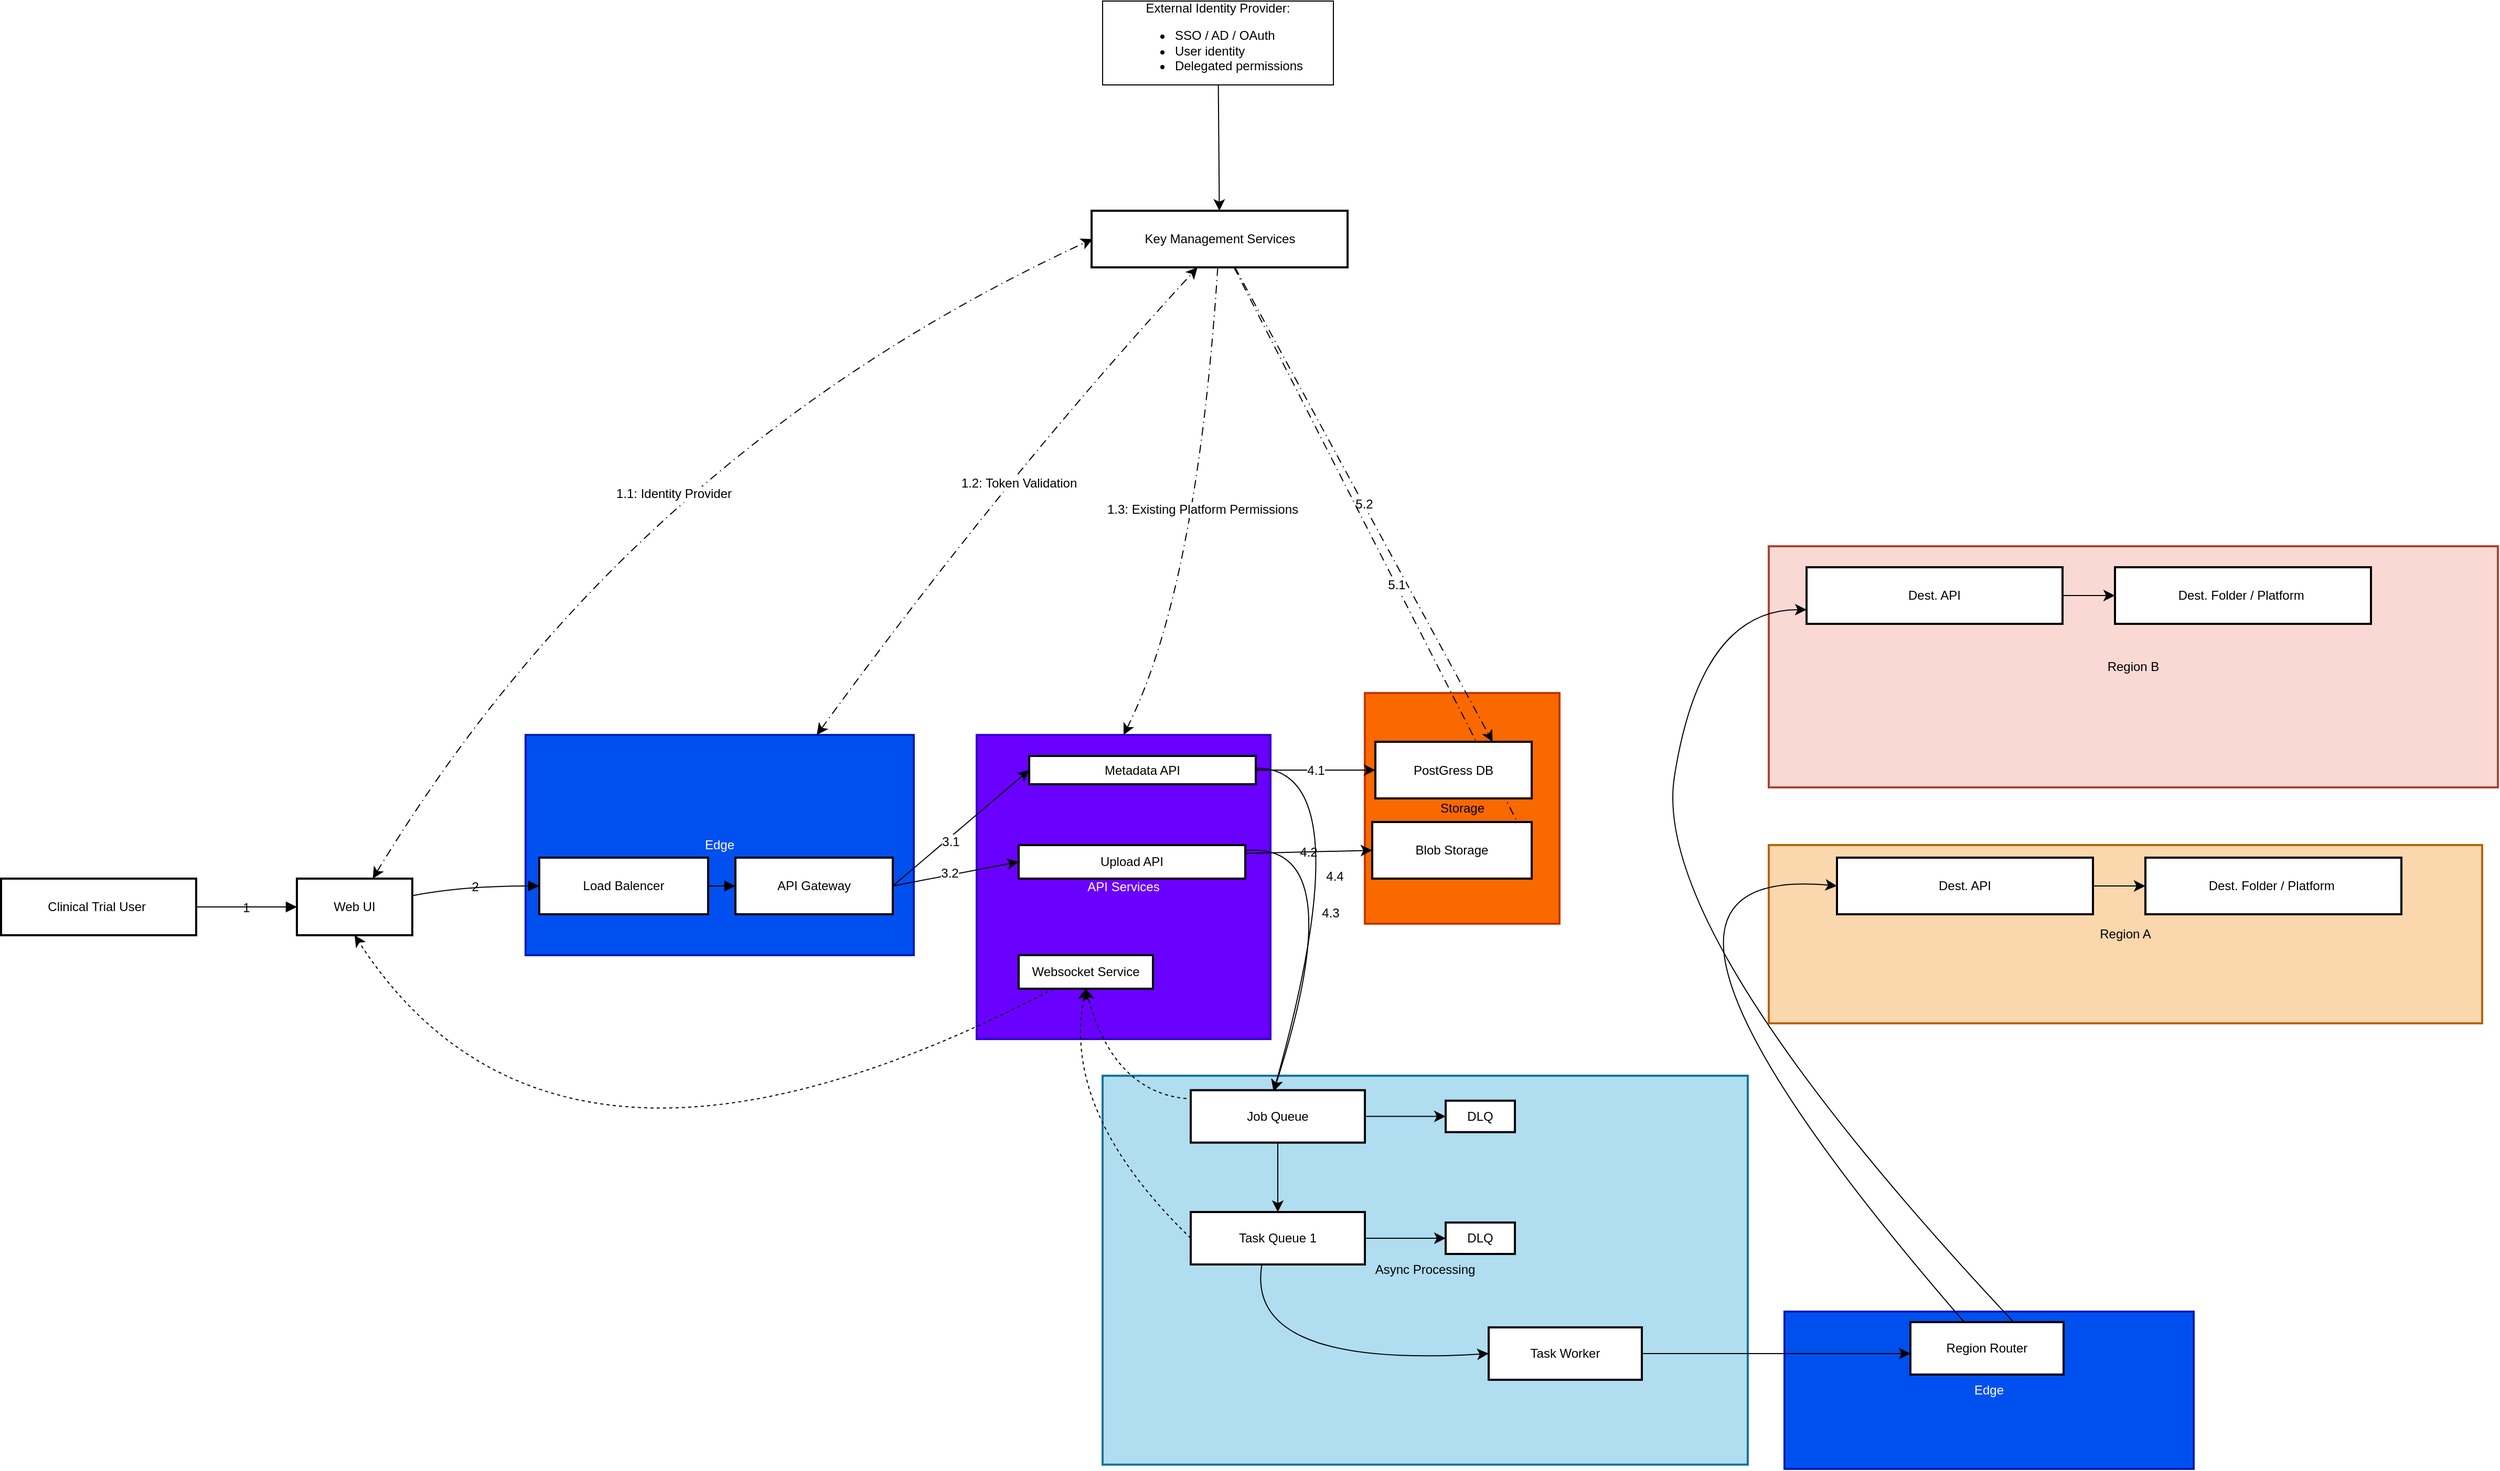
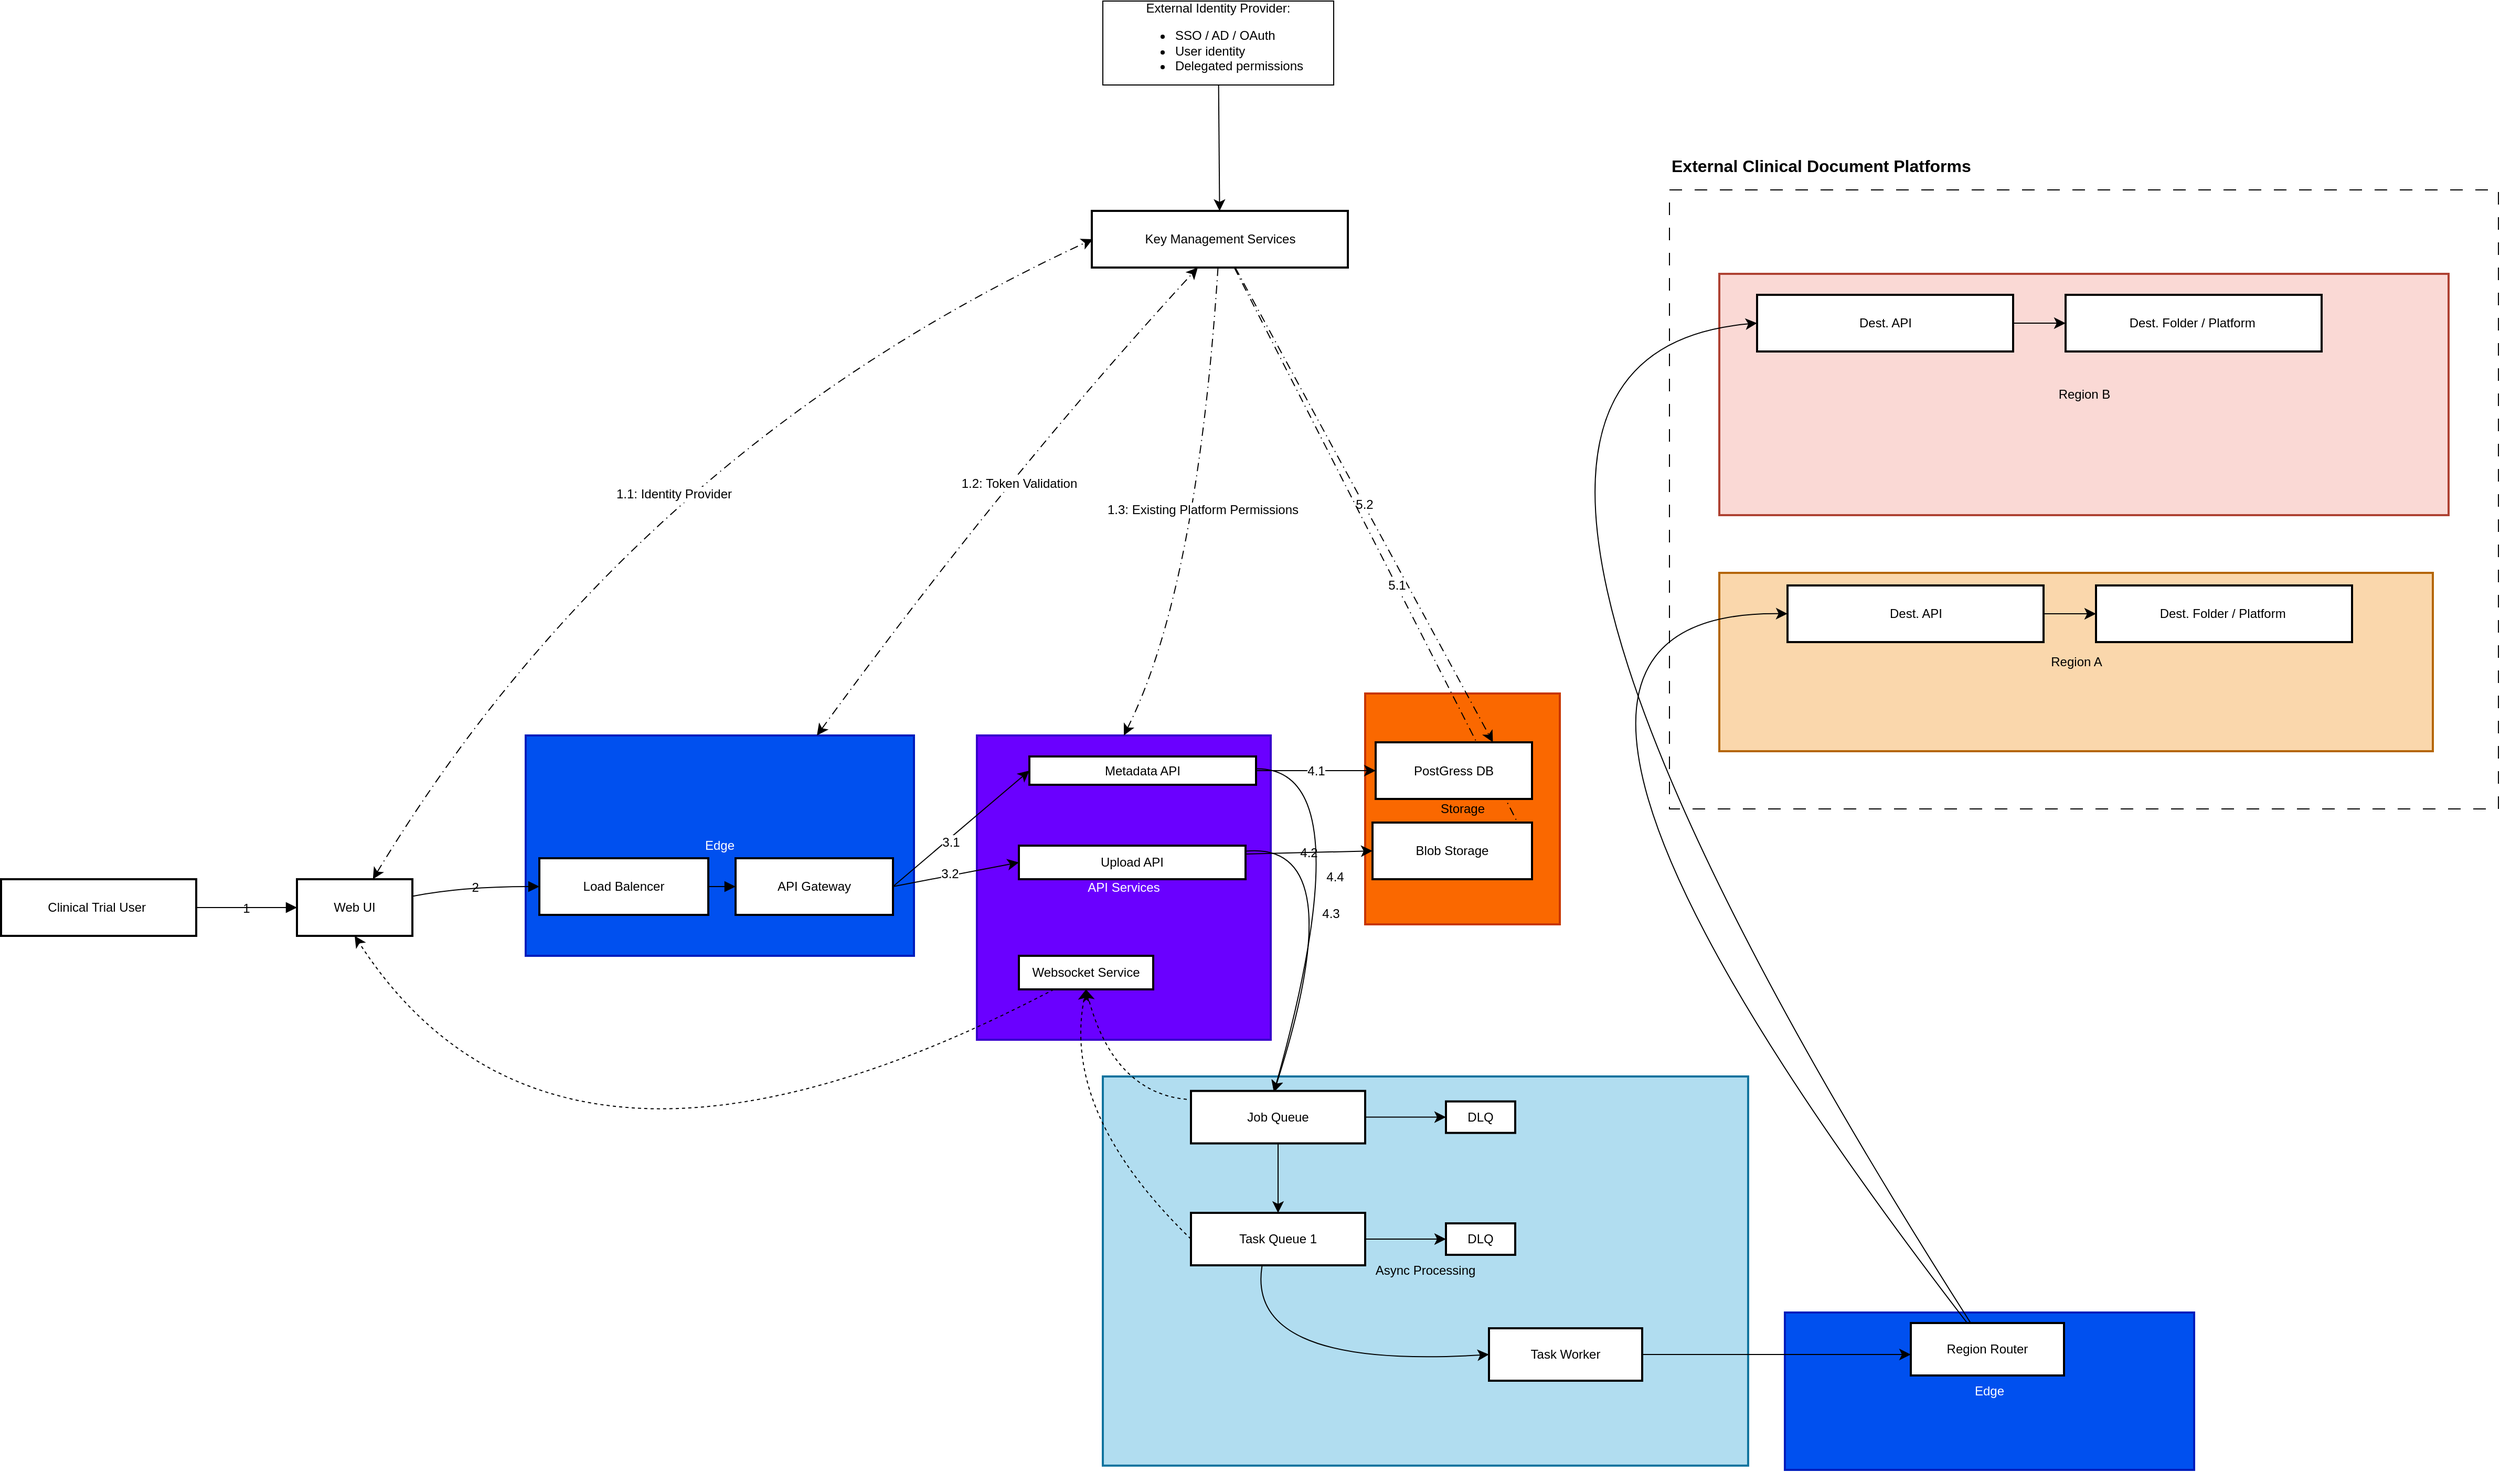
<mxfile host="app.diagrams.net">
  <diagram name="Overall-Diagram" id="Xauzskn0iYLa3f8TggF1">
-     <mxGraphModel dx="390" dy="1365" grid="1" gridSize="10" guides="1" tooltips="1" connect="1" arrows="1" fold="1" page="1" pageScale="1" pageWidth="850" pageHeight="1100" background="none" math="0" shadow="0">
+     <mxGraphModel dx="2182" dy="2586" grid="1" gridSize="10" guides="1" tooltips="1" connect="1" arrows="1" fold="1" page="1" pageScale="1" pageWidth="850" pageHeight="1100" background="none" math="0" shadow="0">
      <root>
        <mxCell id="0" />
        <mxCell id="1" parent="0" />
+         <mxCell id="kZjGEyZ31KSyDfQOjVAd-13" connectable="0" parent="1" style="group" value="" vertex="1">
+           <mxGeometry height="630" width="790" x="1690" y="-520" as="geometry" />
+         </mxCell>
+         <mxCell id="kZjGEyZ31KSyDfQOjVAd-8" parent="kZjGEyZ31KSyDfQOjVAd-13" style="rounded=0;whiteSpace=wrap;html=1;fillColor=none;dashed=1;dashPattern=12 12;" value="" vertex="1">
+           <mxGeometry height="590" width="790" y="40" as="geometry" />
+         </mxCell>
+         <mxCell id="kZjGEyZ31KSyDfQOjVAd-10" parent="kZjGEyZ31KSyDfQOjVAd-13" style="text;html=1;whiteSpace=wrap;strokeColor=none;fillColor=none;align=left;verticalAlign=middle;rounded=0;fontSize=16;" value="&lt;h2&gt;&lt;span style=&quot;-webkit-text-size-adjust: auto; font-size: medium;&quot;&gt;External Clinical Document Platforms&lt;/span&gt;&lt;/h2&gt;" vertex="1">
+           <mxGeometry height="30" width="470" as="geometry" />
+         </mxCell>
+         <mxCell id="tPvMw2njpGqdJi2HAjV1-28" parent="kZjGEyZ31KSyDfQOjVAd-13" style="whiteSpace=wrap;strokeWidth=2;rounded=0;labelBackgroundColor=none;fillColor=#fad9d5;strokeColor=#ae4132;" value="Region B" vertex="1">
+           <mxGeometry height="230" width="695" x="47.5" y="120" as="geometry" />
+         </mxCell>
+         <mxCell id="tPvMw2njpGqdJi2HAjV1-27" parent="kZjGEyZ31KSyDfQOjVAd-13" style="whiteSpace=wrap;strokeWidth=2;rounded=0;labelBackgroundColor=none;fillColor=#fad7ac;strokeColor=#b46504;" value="Region A" vertex="1">
+           <mxGeometry height="170" width="680" x="47.5" y="405" as="geometry" />
+         </mxCell>
+         <mxCell id="tPvMw2njpGqdJi2HAjV1-7" parent="kZjGEyZ31KSyDfQOjVAd-13" style="whiteSpace=wrap;strokeWidth=2;rounded=0;labelBackgroundColor=none;" value="Dest. Folder / Platform " vertex="1">
+           <mxGeometry height="54" width="244" x="406.5" y="417" as="geometry" />
+         </mxCell>
+         <mxCell id="tPvMw2njpGqdJi2HAjV1-15" edge="1" parent="kZjGEyZ31KSyDfQOjVAd-13" source="tPvMw2njpGqdJi2HAjV1-8" style="edgeStyle=none;curved=1;rounded=0;orthogonalLoop=1;jettySize=auto;html=1;fontSize=12;startSize=8;endSize=8;" target="tPvMw2njpGqdJi2HAjV1-7" value="">
+           <mxGeometry relative="1" as="geometry" />
+         </mxCell>
+         <mxCell id="tPvMw2njpGqdJi2HAjV1-8" parent="kZjGEyZ31KSyDfQOjVAd-13" style="whiteSpace=wrap;strokeWidth=2;rounded=0;labelBackgroundColor=none;" value="Dest. API" vertex="1">
+           <mxGeometry height="54" width="244" x="112.5" y="417" as="geometry" />
+         </mxCell>
+         <mxCell id="tPvMw2njpGqdJi2HAjV1-9" parent="kZjGEyZ31KSyDfQOjVAd-13" style="whiteSpace=wrap;strokeWidth=2;rounded=0;labelBackgroundColor=none;" value="Dest. Folder / Platform " vertex="1">
+           <mxGeometry height="54" width="244" x="377.5" y="140" as="geometry" />
+         </mxCell>
+         <mxCell id="tPvMw2njpGqdJi2HAjV1-16" edge="1" parent="kZjGEyZ31KSyDfQOjVAd-13" source="tPvMw2njpGqdJi2HAjV1-10" style="edgeStyle=none;curved=1;rounded=0;orthogonalLoop=1;jettySize=auto;html=1;fontSize=12;startSize=8;endSize=8;" target="tPvMw2njpGqdJi2HAjV1-9" value="">
+           <mxGeometry relative="1" as="geometry" />
+         </mxCell>
+         <mxCell id="kZjGEyZ31KSyDfQOjVAd-19" edge="1" parent="kZjGEyZ31KSyDfQOjVAd-13" source="tPvMw2njpGqdJi2HAjV1-10" style="edgeStyle=none;curved=1;rounded=0;orthogonalLoop=1;jettySize=auto;html=1;fontSize=12;startSize=8;endSize=8;">
+           <mxGeometry relative="1" as="geometry">
+             <mxPoint x="129.99999999999955" y="167" as="targetPoint" />
+           </mxGeometry>
+         </mxCell>
+         <mxCell id="tPvMw2njpGqdJi2HAjV1-10" parent="kZjGEyZ31KSyDfQOjVAd-13" style="whiteSpace=wrap;strokeWidth=2;rounded=0;labelBackgroundColor=none;" value="Dest. API" vertex="1">
+           <mxGeometry height="54" width="244" x="83.5" y="140" as="geometry" />
+         </mxCell>
        <mxCell id="ZxT0anLmeUN1lRlBXtKW-56" parent="1" style="whiteSpace=wrap;strokeWidth=2;rounded=0;labelBackgroundColor=none;fillColor=#0050ef;fontColor=#ffffff;strokeColor=#001DBC;" value="Edge" vertex="1">
          <mxGeometry height="150" width="390" x="1800" y="590" as="geometry" />
-         </mxCell>
-         <mxCell id="tPvMw2njpGqdJi2HAjV1-28" parent="1" style="whiteSpace=wrap;strokeWidth=2;rounded=0;labelBackgroundColor=none;fillColor=#fad9d5;strokeColor=#ae4132;" value="Region B" vertex="1">
-           <mxGeometry height="230" width="695" x="1785" y="-140" as="geometry" />
-         </mxCell>
-         <mxCell id="tPvMw2njpGqdJi2HAjV1-27" parent="1" style="whiteSpace=wrap;strokeWidth=2;rounded=0;labelBackgroundColor=none;fillColor=#fad7ac;strokeColor=#b46504;" value="Region A" vertex="1">
-           <mxGeometry height="170" width="680" x="1785" y="145" as="geometry" />
        </mxCell>
        <mxCell id="LGeiLnGPZ_kJypGg9XhN-2" parent="1" style="whiteSpace=wrap;strokeWidth=2;rounded=0;labelBackgroundColor=none;fillColor=#b1ddf0;strokeColor=#10739e;aspect=fixed;" value="Async Processing" vertex="1">
          <mxGeometry height="370.92" width="614.97" x="1150" y="365" as="geometry" />
        </mxCell>
        <mxCell id="LGeiLnGPZ_kJypGg9XhN-4" parent="1" style="whiteSpace=wrap;strokeWidth=2;rounded=0;labelBackgroundColor=none;fillColor=#6a00ff;fontColor=#ffffff;strokeColor=#3700CC;" value="API Services" vertex="1">
          <mxGeometry height="290" width="280" x="1030" y="40" as="geometry" />
        </mxCell>
        <mxCell id="LGeiLnGPZ_kJypGg9XhN-3" parent="1" style="whiteSpace=wrap;strokeWidth=2;rounded=0;labelBackgroundColor=none;fillColor=#fa6800;fontColor=#000000;strokeColor=#C73500;" value="Storage" vertex="1">
          <mxGeometry height="220" width="185.5" x="1400" as="geometry" />
        </mxCell>
        <mxCell id="LGeiLnGPZ_kJypGg9XhN-5" parent="1" style="whiteSpace=wrap;strokeWidth=2;rounded=0;labelBackgroundColor=none;fillColor=#0050ef;fontColor=#ffffff;strokeColor=#001DBC;" value="Edge" vertex="1">
          <mxGeometry height="210" width="370" x="600" y="40" as="geometry" />
        </mxCell>
        <mxCell id="LGeiLnGPZ_kJypGg9XhN-6" parent="1" style="whiteSpace=wrap;strokeWidth=2;rounded=0;labelBackgroundColor=none;" value="Clinical Trial User " vertex="1">
          <mxGeometry height="54" width="186" x="100" y="177" as="geometry" />
        </mxCell>
        <mxCell id="kZjGEyZ31KSyDfQOjVAd-4" edge="1" parent="1" style="edgeStyle=none;curved=1;rounded=0;orthogonalLoop=1;jettySize=auto;html=1;entryX=0;entryY=0.5;entryDx=0;entryDy=0;fontSize=12;startSize=8;endSize=8;dashed=1;dashPattern=8 4 1 4;startArrow=classic;startFill=1;" value="1.1: Identity Provider">
          <mxGeometry relative="1" x="0.0321" y="-53" as="geometry">
            <mxPoint as="offset" />
            <Array as="points">
              <mxPoint x="701" y="-230" />
            </Array>
            <mxPoint x="454.3617511520737" y="177" as="sourcePoint" />
            <mxPoint x="1140.5" y="-433" as="targetPoint" />
          </mxGeometry>
        </mxCell>
        <mxCell id="LGeiLnGPZ_kJypGg9XhN-7" parent="1" style="whiteSpace=wrap;strokeWidth=2;rounded=0;labelBackgroundColor=none;" value="Web UI" vertex="1">
          <mxGeometry height="54" width="110" x="382" y="177" as="geometry" />
        </mxCell>
        <mxCell id="LGeiLnGPZ_kJypGg9XhN-8" parent="1" style="whiteSpace=wrap;strokeWidth=2;rounded=0;labelBackgroundColor=none;" value="Load Balencer" vertex="1">
          <mxGeometry height="54" width="161" x="613" y="157" as="geometry" />
        </mxCell>
        <mxCell id="ijDLy2rUQYNMrnhEq9o_-15" edge="1" parent="1" source="LGeiLnGPZ_kJypGg9XhN-9" style="edgeStyle=none;curved=1;rounded=0;orthogonalLoop=1;jettySize=auto;html=1;fontSize=12;startSize=8;endSize=8;entryX=0;entryY=0.5;entryDx=0;entryDy=0;labelBackgroundColor=none;fontColor=default;exitX=1;exitY=0.5;exitDx=0;exitDy=0;" target="LGeiLnGPZ_kJypGg9XhN-10">
          <mxGeometry relative="1" as="geometry">
            <mxPoint x="1059.9999999999998" y="229.99999999999977" as="targetPoint" />
          </mxGeometry>
        </mxCell>
        <mxCell id="kZjGEyZ31KSyDfQOjVAd-1" connectable="0" parent="ijDLy2rUQYNMrnhEq9o_-15" style="edgeLabel;html=1;align=center;verticalAlign=middle;resizable=0;points=[];fontSize=12;" value="3.1" vertex="1">
          <mxGeometry relative="1" x="-0.1984" y="-3" as="geometry">
            <mxPoint x="1" as="offset" />
          </mxGeometry>
        </mxCell>
        <mxCell id="ijDLy2rUQYNMrnhEq9o_-17" edge="1" parent="1" source="LGeiLnGPZ_kJypGg9XhN-9" style="edgeStyle=none;curved=1;rounded=0;orthogonalLoop=1;jettySize=auto;html=1;entryX=0;entryY=0.5;entryDx=0;entryDy=0;fontSize=12;startSize=8;endSize=8;exitX=1;exitY=0.5;exitDx=0;exitDy=0;" target="LGeiLnGPZ_kJypGg9XhN-11">
          <mxGeometry relative="1" as="geometry">
            <mxPoint x="960" y="190" as="sourcePoint" />
          </mxGeometry>
        </mxCell>
        <mxCell id="kZjGEyZ31KSyDfQOjVAd-2" connectable="0" parent="ijDLy2rUQYNMrnhEq9o_-17" style="edgeLabel;html=1;align=center;verticalAlign=middle;resizable=0;points=[];fontSize=12;" value="3.2" vertex="1">
          <mxGeometry relative="1" x="-0.0885" y="2" as="geometry">
            <mxPoint as="offset" />
          </mxGeometry>
        </mxCell>
        <mxCell id="tPvMw2njpGqdJi2HAjV1-17" edge="1" parent="1" source="LGeiLnGPZ_kJypGg9XhN-5" style="edgeStyle=none;curved=1;rounded=0;orthogonalLoop=1;jettySize=auto;html=1;entryX=0.5;entryY=1;entryDx=0;entryDy=0;fontSize=12;startSize=8;endSize=8;dashed=1;dashPattern=8 4 1 4;startArrow=classic;startFill=1;exitX=0.75;exitY=0;exitDx=0;exitDy=0;" value="1.2: Token Validation">
          <mxGeometry relative="1" x="0.0672" y="-14" as="geometry">
            <mxPoint as="offset" />
            <Array as="points">
              <mxPoint x="1060" y="-210" />
            </Array>
            <mxPoint x="853.7118320610687" y="157" as="sourcePoint" />
            <mxPoint x="1240.5" y="-406" as="targetPoint" />
          </mxGeometry>
        </mxCell>
        <mxCell id="LGeiLnGPZ_kJypGg9XhN-9" parent="1" style="whiteSpace=wrap;strokeWidth=2;rounded=0;labelBackgroundColor=none;" value="API Gateway" vertex="1">
          <mxGeometry height="54" width="150" x="800" y="157" as="geometry" />
        </mxCell>
        <mxCell id="ijDLy2rUQYNMrnhEq9o_-19" edge="1" parent="1" source="LGeiLnGPZ_kJypGg9XhN-10" style="edgeStyle=none;curved=1;rounded=0;orthogonalLoop=1;jettySize=auto;html=1;entryX=0;entryY=0.5;entryDx=0;entryDy=0;fontSize=12;startSize=8;endSize=8;exitX=1;exitY=0.5;exitDx=0;exitDy=0;" target="LGeiLnGPZ_kJypGg9XhN-12" value="4.1">
          <mxGeometry relative="1" as="geometry" />
        </mxCell>
        <mxCell id="ZxT0anLmeUN1lRlBXtKW-1" edge="1" parent="1" source="LGeiLnGPZ_kJypGg9XhN-10" style="edgeStyle=none;curved=1;rounded=0;orthogonalLoop=1;jettySize=auto;html=1;entryX=0.5;entryY=0;entryDx=0;entryDy=0;fontSize=12;startSize=8;endSize=8;" value="4.4">
          <mxGeometry relative="1" as="geometry">
            <Array as="points">
              <mxPoint x="1400" y="70" />
            </Array>
            <mxPoint x="1313" y="380" as="targetPoint" />
          </mxGeometry>
        </mxCell>
        <mxCell id="LGeiLnGPZ_kJypGg9XhN-10" parent="1" style="whiteSpace=wrap;strokeWidth=2;rounded=0;labelBackgroundColor=none;" value="Metadata API" vertex="1">
          <mxGeometry height="27" width="216" x="1080" y="60" as="geometry" />
        </mxCell>
        <mxCell id="ijDLy2rUQYNMrnhEq9o_-12" edge="1" parent="1" source="LGeiLnGPZ_kJypGg9XhN-11" style="edgeStyle=none;curved=1;rounded=0;orthogonalLoop=1;jettySize=auto;html=1;entryX=0;entryY=0.5;entryDx=0;entryDy=0;fontSize=12;startSize=8;endSize=8;exitX=1;exitY=0.25;exitDx=0;exitDy=0;labelBackgroundColor=none;fontColor=default;" target="LGeiLnGPZ_kJypGg9XhN-13" value="4.2">
          <mxGeometry relative="1" as="geometry" />
        </mxCell>
        <mxCell id="ZxT0anLmeUN1lRlBXtKW-2" edge="1" parent="1" source="LGeiLnGPZ_kJypGg9XhN-11" style="edgeStyle=none;curved=1;rounded=0;orthogonalLoop=1;jettySize=auto;html=1;entryX=0.5;entryY=0;entryDx=0;entryDy=0;fontSize=12;startSize=8;endSize=8;" value="4.3">
          <mxGeometry relative="1" as="geometry">
            <Array as="points">
              <mxPoint x="1390" y="140" />
            </Array>
            <mxPoint x="1313" y="380" as="targetPoint" />
          </mxGeometry>
        </mxCell>
        <mxCell id="LGeiLnGPZ_kJypGg9XhN-11" parent="1" style="whiteSpace=wrap;strokeWidth=2;rounded=0;labelBackgroundColor=none;" value="Upload API" vertex="1">
          <mxGeometry height="32" width="216" x="1070" y="145" as="geometry" />
        </mxCell>
        <mxCell id="tPvMw2njpGqdJi2HAjV1-2" edge="1" parent="1" style="edgeStyle=none;curved=1;rounded=0;orthogonalLoop=1;jettySize=auto;html=1;fontSize=12;startSize=8;endSize=8;entryX=0.5;entryY=1;entryDx=0;entryDy=0;dashed=1;" target="LGeiLnGPZ_kJypGg9XhN-18">
          <mxGeometry relative="1" as="geometry">
            <Array as="points">
              <mxPoint x="1160" y="380" />
            </Array>
            <mxPoint x="1230" y="386.8627450980389" as="sourcePoint" />
            <mxPoint x="1150" y="490" as="targetPoint" />
          </mxGeometry>
        </mxCell>
        <mxCell id="tPvMw2njpGqdJi2HAjV1-30" edge="1" parent="1" source="ZxT0anLmeUN1lRlBXtKW-4" style="edgeStyle=none;curved=1;rounded=0;orthogonalLoop=1;jettySize=auto;html=1;entryX=0.5;entryY=1;entryDx=0;entryDy=0;fontSize=12;startSize=8;endSize=8;dashed=1;exitX=0;exitY=0.5;exitDx=0;exitDy=0;" target="LGeiLnGPZ_kJypGg9XhN-18">
          <mxGeometry relative="1" as="geometry">
            <Array as="points">
              <mxPoint x="1110" y="400" />
            </Array>
            <mxPoint x="1274.6623376623374" y="462" as="sourcePoint" />
          </mxGeometry>
        </mxCell>
        <mxCell id="tPvMw2njpGqdJi2HAjV1-18" edge="1" parent="1" source="LGeiLnGPZ_kJypGg9XhN-20" style="edgeStyle=none;curved=1;rounded=0;orthogonalLoop=1;jettySize=auto;html=1;entryX=0.75;entryY=0;entryDx=0;entryDy=0;fontSize=12;startSize=8;endSize=8;dashed=1;dashPattern=8 4 1 4;" target="LGeiLnGPZ_kJypGg9XhN-12" value="5.2">
          <mxGeometry relative="1" as="geometry" />
        </mxCell>
        <mxCell id="tPvMw2njpGqdJi2HAjV1-19" edge="1" parent="1" source="LGeiLnGPZ_kJypGg9XhN-20" style="edgeStyle=none;curved=1;rounded=0;orthogonalLoop=1;jettySize=auto;html=1;entryX=1;entryY=0.5;entryDx=0;entryDy=0;fontSize=12;startSize=8;endSize=8;dashed=1;dashPattern=8 4 1 4;" target="LGeiLnGPZ_kJypGg9XhN-13">
          <mxGeometry relative="1" as="geometry" />
        </mxCell>
        <mxCell id="kZjGEyZ31KSyDfQOjVAd-3" connectable="0" parent="tPvMw2njpGqdJi2HAjV1-19" style="edgeLabel;html=1;align=center;verticalAlign=middle;resizable=0;points=[];fontSize=12;" value="5.1" vertex="1">
          <mxGeometry relative="1" x="0.0872" as="geometry">
            <mxPoint as="offset" />
          </mxGeometry>
        </mxCell>
        <mxCell id="kZjGEyZ31KSyDfQOjVAd-5" edge="1" parent="1" source="LGeiLnGPZ_kJypGg9XhN-20" style="edgeStyle=none;curved=1;rounded=0;orthogonalLoop=1;jettySize=auto;html=1;fontSize=12;startSize=8;endSize=8;dashed=1;dashPattern=8 4 1 4;entryX=0.5;entryY=0;entryDx=0;entryDy=0;" target="LGeiLnGPZ_kJypGg9XhN-4" value="1.3: Existing Platform Permissions">
          <mxGeometry relative="1" as="geometry">
            <Array as="points">
              <mxPoint x="1240" y="-100" />
            </Array>
            <mxPoint x="1160" y="20" as="targetPoint" />
          </mxGeometry>
        </mxCell>
        <mxCell id="LGeiLnGPZ_kJypGg9XhN-20" parent="1" style="whiteSpace=wrap;strokeWidth=2;rounded=0;labelBackgroundColor=none;" value="Key Management Services" vertex="1">
          <mxGeometry height="54" width="244" x="1139.5" y="-460" as="geometry" />
        </mxCell>
        <mxCell id="LGeiLnGPZ_kJypGg9XhN-23" edge="1" parent="1" source="LGeiLnGPZ_kJypGg9XhN-6" style="curved=1;startArrow=none;endArrow=block;exitX=1;exitY=0.5;entryX=0;entryY=0.5;rounded=0;fontSize=12;startSize=8;endSize=8;labelBackgroundColor=none;fontColor=default;" target="LGeiLnGPZ_kJypGg9XhN-7" value="1">
          <mxGeometry relative="1" as="geometry">
            <Array as="points" />
          </mxGeometry>
        </mxCell>
        <mxCell id="LGeiLnGPZ_kJypGg9XhN-24" edge="1" parent="1" source="LGeiLnGPZ_kJypGg9XhN-7" style="curved=1;startArrow=none;endArrow=block;exitX=1;exitY=0.3;entryX=0;entryY=0.5;rounded=0;fontSize=12;startSize=8;endSize=8;labelBackgroundColor=none;fontColor=default;" target="LGeiLnGPZ_kJypGg9XhN-8" value="2">
          <mxGeometry relative="1" as="geometry">
            <Array as="points">
              <mxPoint x="540" y="184" />
            </Array>
          </mxGeometry>
        </mxCell>
        <mxCell id="LGeiLnGPZ_kJypGg9XhN-35" edge="1" parent="1" source="LGeiLnGPZ_kJypGg9XhN-8" style="curved=1;startArrow=none;endArrow=block;exitX=1;exitY=0.5;entryX=0;entryY=0.5;rounded=0;fontSize=12;startSize=8;endSize=8;labelBackgroundColor=none;fontColor=default;" target="LGeiLnGPZ_kJypGg9XhN-9" value="">
          <mxGeometry relative="1" as="geometry">
            <Array as="points" />
          </mxGeometry>
        </mxCell>
        <mxCell id="tPvMw2njpGqdJi2HAjV1-29" edge="1" parent="1" source="LGeiLnGPZ_kJypGg9XhN-18" style="edgeStyle=none;curved=1;rounded=0;orthogonalLoop=1;jettySize=auto;html=1;entryX=0.5;entryY=1;entryDx=0;entryDy=0;fontSize=12;startSize=8;endSize=8;dashed=1;" target="LGeiLnGPZ_kJypGg9XhN-7">
          <mxGeometry relative="1" as="geometry">
            <Array as="points">
              <mxPoint x="630" y="530" />
            </Array>
          </mxGeometry>
        </mxCell>
        <mxCell id="LGeiLnGPZ_kJypGg9XhN-18" parent="1" style="whiteSpace=wrap;strokeWidth=2;rounded=0;labelBackgroundColor=none;" value="Websocket Service" vertex="1">
          <mxGeometry height="32" width="128" x="1070" y="250" as="geometry" />
        </mxCell>
        <mxCell id="LGeiLnGPZ_kJypGg9XhN-13" parent="1" style="whiteSpace=wrap;strokeWidth=2;rounded=0;labelBackgroundColor=none;" value="Blob Storage" vertex="1">
          <mxGeometry height="54" width="152" x="1407" y="123" as="geometry" />
        </mxCell>
        <mxCell id="LGeiLnGPZ_kJypGg9XhN-12" parent="1" style="whiteSpace=wrap;strokeWidth=2;rounded=0;labelBackgroundColor=none;" value="PostGress DB" vertex="1">
          <mxGeometry height="54" width="149" x="1410" y="46.5" as="geometry" />
        </mxCell>
-         <mxCell id="tPvMw2njpGqdJi2HAjV1-12" edge="1" parent="1" source="tPvMw2njpGqdJi2HAjV1-6" style="edgeStyle=none;curved=1;rounded=0;orthogonalLoop=1;jettySize=auto;html=1;entryX=0;entryY=0.5;entryDx=0;entryDy=0;fontSize=12;startSize=8;endSize=8;" target="tPvMw2njpGqdJi2HAjV1-8">
-           <mxGeometry relative="1" as="geometry">
-             <Array as="points">
-               <mxPoint x="1590" y="160" />
-             </Array>
-           </mxGeometry>
-         </mxCell>
-         <mxCell id="tPvMw2njpGqdJi2HAjV1-13" edge="1" parent="1" source="tPvMw2njpGqdJi2HAjV1-6" style="edgeStyle=none;curved=1;rounded=0;orthogonalLoop=1;jettySize=auto;html=1;entryX=0;entryY=0.75;entryDx=0;entryDy=0;fontSize=12;startSize=8;endSize=8;exitX=1;exitY=1;exitDx=0;exitDy=0;" target="tPvMw2njpGqdJi2HAjV1-10">
-           <mxGeometry relative="1" as="geometry">
-             <Array as="points">
-               <mxPoint x="1670" y="240" />
-               <mxPoint x="1720" y="-80" />
-             </Array>
-             <mxPoint x="2070" y="660" as="sourcePoint" />
+         <mxCell id="kZjGEyZ31KSyDfQOjVAd-17" edge="1" parent="1" source="tPvMw2njpGqdJi2HAjV1-6" style="edgeStyle=none;curved=1;rounded=0;orthogonalLoop=1;jettySize=auto;html=1;fontSize=12;startSize=8;endSize=8;entryX=0;entryY=0.5;entryDx=0;entryDy=0;" target="tPvMw2njpGqdJi2HAjV1-8">
+           <mxGeometry relative="1" as="geometry">
+             <Array as="points">
+               <mxPoint x="1450" y="-80" />
+             </Array>
+             <mxPoint x="1969.9999999999995" y="-40" as="targetPoint" />
+           </mxGeometry>
+         </mxCell>
+         <mxCell id="kZjGEyZ31KSyDfQOjVAd-18" edge="1" parent="1" source="tPvMw2njpGqdJi2HAjV1-6" style="edgeStyle=none;curved=1;rounded=0;orthogonalLoop=1;jettySize=auto;html=1;fontSize=12;startSize=8;endSize=8;entryX=0;entryY=0.5;entryDx=0;entryDy=0;" target="tPvMw2njpGqdJi2HAjV1-10">
+           <mxGeometry relative="1" as="geometry">
+             <Array as="points">
+               <mxPoint x="1390" y="-320" />
+             </Array>
+             <mxPoint x="1779.9999999999995" y="-360" as="targetPoint" />
          </mxGeometry>
        </mxCell>
        <mxCell id="tPvMw2njpGqdJi2HAjV1-6" parent="1" style="whiteSpace=wrap;strokeWidth=2;rounded=0;labelBackgroundColor=none;" value="Region Router" vertex="1">
          <mxGeometry height="50" width="146" x="1920" y="600" as="geometry" />
-         </mxCell>
-         <mxCell id="tPvMw2njpGqdJi2HAjV1-7" parent="1" style="whiteSpace=wrap;strokeWidth=2;rounded=0;labelBackgroundColor=none;" value="Dest. Folder / Platform " vertex="1">
-           <mxGeometry height="54" width="244" x="2144" y="157" as="geometry" />
-         </mxCell>
-         <mxCell id="tPvMw2njpGqdJi2HAjV1-15" edge="1" parent="1" source="tPvMw2njpGqdJi2HAjV1-8" style="edgeStyle=none;curved=1;rounded=0;orthogonalLoop=1;jettySize=auto;html=1;fontSize=12;startSize=8;endSize=8;" target="tPvMw2njpGqdJi2HAjV1-7" value="">
-           <mxGeometry relative="1" as="geometry" />
-         </mxCell>
-         <mxCell id="tPvMw2njpGqdJi2HAjV1-8" parent="1" style="whiteSpace=wrap;strokeWidth=2;rounded=0;labelBackgroundColor=none;" value="Dest. API" vertex="1">
-           <mxGeometry height="54" width="244" x="1850" y="157" as="geometry" />
-         </mxCell>
-         <mxCell id="tPvMw2njpGqdJi2HAjV1-9" parent="1" style="whiteSpace=wrap;strokeWidth=2;rounded=0;labelBackgroundColor=none;" value="Dest. Folder / Platform " vertex="1">
-           <mxGeometry height="54" width="244" x="2115" y="-120" as="geometry" />
-         </mxCell>
-         <mxCell id="tPvMw2njpGqdJi2HAjV1-16" edge="1" parent="1" source="tPvMw2njpGqdJi2HAjV1-10" style="edgeStyle=none;curved=1;rounded=0;orthogonalLoop=1;jettySize=auto;html=1;fontSize=12;startSize=8;endSize=8;" target="tPvMw2njpGqdJi2HAjV1-9" value="">
-           <mxGeometry relative="1" as="geometry" />
-         </mxCell>
-         <mxCell id="tPvMw2njpGqdJi2HAjV1-10" parent="1" style="whiteSpace=wrap;strokeWidth=2;rounded=0;labelBackgroundColor=none;" value="Dest. API" vertex="1">
-           <mxGeometry height="54" width="244" x="1821" y="-120" as="geometry" />
        </mxCell>
        <mxCell id="ZxT0anLmeUN1lRlBXtKW-5" edge="1" parent="1" source="ZxT0anLmeUN1lRlBXtKW-3" style="edgeStyle=none;curved=1;rounded=0;orthogonalLoop=1;jettySize=auto;html=1;fontSize=12;startSize=8;endSize=8;" target="ZxT0anLmeUN1lRlBXtKW-4" value="">
          <mxGeometry relative="1" as="geometry" />
        </mxCell>
        <mxCell id="ZxT0anLmeUN1lRlBXtKW-52" edge="1" parent="1" source="ZxT0anLmeUN1lRlBXtKW-3" style="edgeStyle=none;curved=1;rounded=0;orthogonalLoop=1;jettySize=auto;html=1;fontSize=12;startSize=8;endSize=8;" target="ZxT0anLmeUN1lRlBXtKW-9" value="">
          <mxGeometry relative="1" as="geometry" />
        </mxCell>
        <mxCell id="ZxT0anLmeUN1lRlBXtKW-3" parent="1" style="whiteSpace=wrap;strokeWidth=2;rounded=0;labelBackgroundColor=none;" value="Job Queue" vertex="1">
          <mxGeometry height="50" width="166" x="1234" y="378.79999999999995" as="geometry" />
        </mxCell>
        <mxCell id="ZxT0anLmeUN1lRlBXtKW-21" edge="1" parent="1" source="ZxT0anLmeUN1lRlBXtKW-4" style="edgeStyle=none;curved=1;rounded=0;orthogonalLoop=1;jettySize=auto;html=1;fontSize=12;startSize=8;endSize=8;" target="ZxT0anLmeUN1lRlBXtKW-11" value="">
          <mxGeometry relative="1" as="geometry" />
        </mxCell>
        <mxCell id="ZxT0anLmeUN1lRlBXtKW-54" edge="1" parent="1" source="ZxT0anLmeUN1lRlBXtKW-4" style="edgeStyle=none;curved=1;rounded=0;orthogonalLoop=1;jettySize=auto;html=1;entryX=0;entryY=0.5;entryDx=0;entryDy=0;fontSize=12;startSize=8;endSize=8;exitX=0.422;exitY=0.8;exitDx=0;exitDy=0;exitPerimeter=0;" target="ZxT0anLmeUN1lRlBXtKW-53">
          <mxGeometry relative="1" as="geometry">
            <Array as="points">
              <mxPoint x="1274" y="645" />
            </Array>
          </mxGeometry>
        </mxCell>
        <mxCell id="ZxT0anLmeUN1lRlBXtKW-4" parent="1" style="whiteSpace=wrap;strokeWidth=2;rounded=0;labelBackgroundColor=none;" value="Task Queue 1" vertex="1">
          <mxGeometry height="50" width="166" x="1234" y="495" as="geometry" />
        </mxCell>
        <mxCell id="ZxT0anLmeUN1lRlBXtKW-9" parent="1" style="whiteSpace=wrap;strokeWidth=2;rounded=0;labelBackgroundColor=none;" value="DLQ" vertex="1">
          <mxGeometry height="30" width="66" x="1477" y="388.79999999999995" as="geometry" />
        </mxCell>
        <mxCell id="ZxT0anLmeUN1lRlBXtKW-11" parent="1" style="whiteSpace=wrap;strokeWidth=2;rounded=0;labelBackgroundColor=none;" value="DLQ" vertex="1">
          <mxGeometry height="30" width="66" x="1477" y="505" as="geometry" />
        </mxCell>
        <mxCell id="ZxT0anLmeUN1lRlBXtKW-55" edge="1" parent="1" source="ZxT0anLmeUN1lRlBXtKW-53" style="edgeStyle=none;curved=1;rounded=0;orthogonalLoop=1;jettySize=auto;html=1;fontSize=12;startSize=8;endSize=8;">
          <mxGeometry relative="1" as="geometry">
            <mxPoint x="1920.0000000000005" y="630" as="targetPoint" />
          </mxGeometry>
        </mxCell>
        <mxCell id="ZxT0anLmeUN1lRlBXtKW-53" parent="1" style="whiteSpace=wrap;strokeWidth=2;rounded=0;labelBackgroundColor=none;" value="Task Worker" vertex="1">
          <mxGeometry height="50" width="146" x="1518" y="605" as="geometry" />
        </mxCell>
        <mxCell id="kZjGEyZ31KSyDfQOjVAd-7" edge="1" parent="1" source="kZjGEyZ31KSyDfQOjVAd-6" style="edgeStyle=none;curved=1;rounded=0;orthogonalLoop=1;jettySize=auto;html=1;fontSize=12;startSize=8;endSize=8;" target="LGeiLnGPZ_kJypGg9XhN-20" value="">
          <mxGeometry relative="1" as="geometry" />
        </mxCell>
        <mxCell id="kZjGEyZ31KSyDfQOjVAd-6" parent="1" style="whiteSpace=wrap;html=1;" value="&lt;div&gt;External Identity Provider:&lt;/div&gt;&lt;div&gt;&lt;ul&gt;&lt;li style=&quot;text-align: left;&quot;&gt;SSO / AD / OAuth&lt;/li&gt;&lt;li style=&quot;text-align: left;&quot;&gt;User identity&lt;/li&gt;&lt;li&gt;Delegated permissions&lt;br&gt;&lt;/li&gt;&lt;/ul&gt;&lt;/div&gt;" vertex="1">
          <mxGeometry height="80" width="220" x="1150" y="-660" as="geometry" />
        </mxCell>
      </root>
    </mxGraphModel>
  </diagram>
</mxfile>
